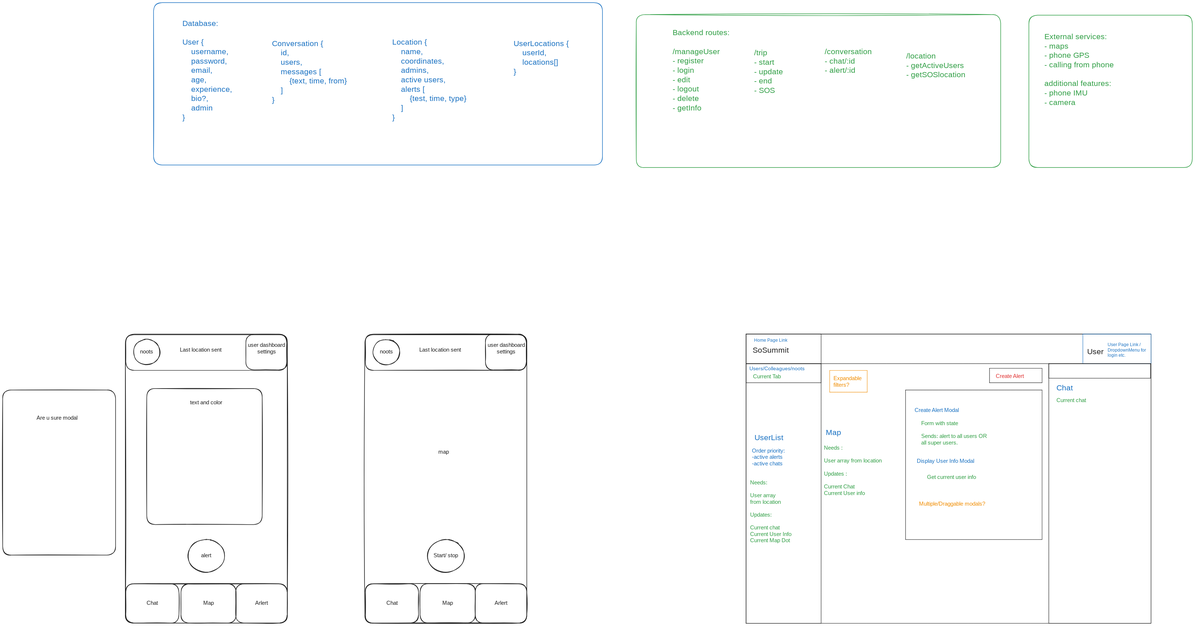
This is SoSummit.excalidraw.svg from pooya-jb/SoSummit, a Excalidraw export, as it was before one commit. Source tidied: one line per element, renumbered; positions are measured from the earlier drawing's top-left corner, leaving out a move shared by most shapes. The source it was exported from:
```json
{"id": 0, "type": "rectangle", "strokeColor": "#1e1e1e", "strokeWidth": 1, "roughness": 0, "x": 2772, "y": 1235, "width": 1510, "height": 1077}
{"id": 1, "type": "rectangle", "strokeColor": "#1e1e1e", "strokeWidth": 1, "roughness": 0, "x": 2772, "y": 1235, "width": 1510, "height": 110}
{"id": 2, "type": "rectangle", "strokeColor": "#1e1e1e", "strokeWidth": 1, "roughness": 0, "x": 2772, "y": 1235, "width": 280, "height": 110}
{"id": 3, "type": "rectangle", "strokeColor": "#1971c2", "strokeWidth": 1, "roughness": 0, "x": 4028, "y": 1235, "width": 254, "height": 110}
{"id": 4, "type": "text", "text": "User Page Link /\nDropdownMenu for \nlogin etc.", "strokeColor": "#1971c2", "strokeWidth": 1, "roughness": 0, "fontSize": 16, "fontFamily": 3, "x": 4121, "y": 1265, "width": 159, "height": 58}
{"id": 5, "type": "text", "text": "Home Page Link", "strokeColor": "#1971c2", "strokeWidth": 1, "roughness": 0, "fontSize": 16, "fontFamily": 3, "x": 2803, "y": 1248, "width": 131, "height": 19}
{"id": 6, "type": "text", "text": "SoSummit", "strokeColor": "#1e1e1e", "strokeWidth": 1, "roughness": 0, "fontSize": 28, "fontFamily": 3, "x": 2797, "y": 1278, "width": 131, "height": 34}
{"id": 7, "type": "text", "text": "User", "strokeColor": "#1e1e1e", "strokeWidth": 1, "roughness": 0, "fontSize": 28, "fontFamily": 3, "x": 4044, "y": 1283, "width": 66, "height": 34}
{"id": 8, "type": "rectangle", "strokeColor": "#1e1e1e", "strokeWidth": 1, "roughness": 0, "x": 2772, "y": 1345, "width": 280, "height": 968}
{"id": 9, "type": "rectangle", "strokeColor": "#1e1e1e", "strokeWidth": 1, "roughness": 0, "x": 3901, "y": 1345, "width": 381, "height": 968}
{"id": 10, "type": "text", "text": "Chat", "strokeColor": "#1971c2", "strokeWidth": 1, "roughness": 0, "fontSize": 28, "fontFamily": 3, "x": 3929, "y": 1418, "width": 66, "height": 34}
{"id": 11, "type": "text", "text": "UserList", "strokeColor": "#1971c2", "strokeWidth": 1, "roughness": 0, "fontSize": 28, "fontFamily": 3, "x": 2804, "y": 1604, "width": 131, "height": 34}
{"id": 12, "type": "text", "text": "Needs:\n\nUser array\nfrom location\n\nUpdates:\n\nCurrent chat\nCurrent User Info\nCurrent Map Dot\n\n\n\n", "strokeColor": "#2f9e44", "strokeWidth": 1, "roughness": 0, "fontSize": 20, "fontFamily": 3, "x": 2788, "y": 1777, "width": 199, "height": 336}
{"id": 13, "type": "rectangle", "strokeColor": "#1e1e1e", "strokeWidth": 1, "roughness": 0, "x": 3901, "y": 1345, "width": 379, "height": 54}
{"id": 14, "type": "text", "text": "Order priority:\n-active alerts\n-active chats\n", "strokeColor": "#1971c2", "strokeWidth": 1, "roughness": 0, "fontSize": 20, "fontFamily": 3, "x": 2794, "y": 1658, "width": 176, "height": 96}
{"id": 15, "type": "text", "text": "Current chat", "strokeColor": "#2f9e44", "strokeWidth": 1, "roughness": 0, "fontSize": 20, "fontFamily": 3, "x": 3930, "y": 1470, "width": 141, "height": 24}
{"id": 16, "type": "rectangle", "strokeColor": "#1e1e1e", "strokeWidth": 1, "roughness": 0, "x": 3680, "y": 1362, "width": 196, "height": 54}
{"id": 17, "type": "text", "text": "Create Alert", "strokeColor": "#e03131", "strokeWidth": 1, "roughness": 0, "fontSize": 20, "fontFamily": 3, "x": 3703, "y": 1380, "width": 141, "height": 24}
{"id": 18, "type": "rectangle", "strokeColor": "#1e1e1e", "strokeWidth": 1, "roughness": 0, "x": 3367, "y": 1443, "width": 509, "height": 557}
{"id": 19, "type": "text", "text": "Create Alert Modal\n", "strokeColor": "#1971c2", "strokeWidth": 1, "roughness": 0, "fontSize": 20, "fontFamily": 3, "x": 3401, "y": 1507, "width": 211, "height": 48}
{"id": 20, "type": "text", "text": "Form with state\n\nSends: alert to all users OR\nall super users.", "strokeColor": "#2f9e44", "strokeWidth": 1, "roughness": 0, "fontSize": 20, "fontFamily": 3, "x": 3425, "y": 1556, "width": 328, "height": 96}
{"id": 21, "type": "text", "text": "Display User Info Modal", "strokeColor": "#1971c2", "strokeWidth": 1, "roughness": 0, "fontSize": 20, "fontFamily": 3, "x": 3409, "y": 1696, "width": 270, "height": 24}
{"id": 22, "type": "rectangle", "strokeColor": "#1e1e1e", "strokeWidth": 1, "roughness": 0, "x": 2772, "y": 1345, "width": 280, "height": 71}
{"id": 23, "type": "text", "text": "Users/Colleagues/noots", "strokeColor": "#1971c2", "strokeWidth": 1, "roughness": 0, "fontSize": 18.99, "fontFamily": 3, "x": 2784, "y": 1352, "width": 245, "height": 23}
{"id": 24, "type": "text", "text": "Get current user info", "strokeColor": "#2f9e44", "strokeWidth": 1, "roughness": 0, "fontSize": 20, "fontFamily": 3, "x": 3447, "y": 1756, "width": 246, "height": 24}
{"id": 25, "type": "text", "text": "Current Tab", "strokeColor": "#2f9e44", "strokeWidth": 1, "roughness": 0, "fontSize": 20, "fontFamily": 3, "x": 2798, "y": 1381, "width": 129, "height": 24}
{"id": 26, "type": "text", "text": "Multiple/Draggable modals?", "strokeColor": "#f08c00", "strokeWidth": 1, "roughness": 0, "fontSize": 20, "fontFamily": 3, "x": 3417, "y": 1856, "width": 305, "height": 24}
{"id": 27, "type": "rectangle", "strokeColor": "#f08c00", "strokeWidth": 1, "roughness": 0, "x": 3084, "y": 1370, "width": 140, "height": 81}
{"id": 28, "type": "text", "text": "Expandable\nfilters?", "strokeColor": "#f08c00", "strokeWidth": 1, "roughness": 0, "fontSize": 20, "fontFamily": 3, "x": 3098, "y": 1389, "width": 117, "height": 48}
{"id": 29, "type": "text", "text": "Map", "strokeColor": "#1971c2", "strokeWidth": 1, "roughness": 0, "fontSize": 28, "fontFamily": 3, "x": 3069, "y": 1584, "width": 49, "height": 34}
{"id": 30, "type": "text", "text": "Needs :\n\nUser array from location\n\nUpdates : \n\nCurrent Chat\nCurrent User info", "strokeColor": "#2f9e44", "strokeWidth": 1, "roughness": 0, "fontSize": 20, "fontFamily": 3, "x": 3063, "y": 1648, "width": 281, "height": 192}
{"id": 31, "type": "rectangle", "strokeColor": "#1e1e1e", "strokeWidth": 2, "roughness": 1, "round": true, "x": 1350, "y": 1237, "width": 604, "height": 1074}
{"id": 32, "type": "ellipse", "strokeColor": "#1e1e1e", "strokeWidth": 2, "roughness": 1, "round": true, "x": 1584, "y": 2000, "width": 137, "height": 122}
{"id": 33, "type": "rectangle", "strokeColor": "#1e1e1e", "strokeWidth": 2, "roughness": 1, "round": true, "x": 1352, "y": 2165, "width": 602, "height": 147}
{"id": 34, "type": "rectangle", "strokeColor": "#1e1e1e", "strokeWidth": 2, "roughness": 1, "round": true, "x": 1352, "y": 2165, "width": 198, "height": 147}
{"id": 35, "type": "text", "text": "Chat", "strokeColor": "#1e1e1e", "strokeWidth": 2, "roughness": 1, "fontSize": 20, "fontFamily": 1, "textAlign": "center", "verticalAlign": "middle", "inside": 34, "x": 1433, "y": 2226, "width": 38, "height": 25}
{"id": 36, "type": "text", "text": "Start/ stop", "strokeColor": "#1e1e1e", "strokeWidth": 2, "roughness": 1, "fontSize": 20, "fontFamily": 1, "textAlign": "center", "verticalAlign": "middle", "inside": 32, "x": 1612, "y": 2048, "width": 82, "height": 25}
{"id": 37, "type": "rectangle", "strokeColor": "#1e1e1e", "strokeWidth": 2, "roughness": 1, "round": true, "x": 1556, "y": 2165, "width": 206, "height": 147}
{"id": 38, "type": "rectangle", "strokeColor": "#1e1e1e", "strokeWidth": 2, "roughness": 1, "round": true, "x": 1762, "y": 2165, "width": 192, "height": 147}
{"id": 39, "type": "text", "text": "Arlert", "strokeColor": "#1e1e1e", "strokeWidth": 2, "roughness": 1, "fontSize": 20, "fontFamily": 1, "textAlign": "center", "verticalAlign": "middle", "inside": 38, "x": 1834, "y": 2226, "width": 48, "height": 25}
{"id": 40, "type": "text", "text": "Map", "strokeColor": "#1e1e1e", "strokeWidth": 2, "roughness": 1, "fontSize": 20, "fontFamily": 1, "textAlign": "center", "verticalAlign": "middle", "inside": 37, "x": 1641, "y": 2226, "width": 37, "height": 25}
{"id": 41, "type": "rectangle", "strokeColor": "#1e1e1e", "strokeWidth": 2, "roughness": 1, "round": true, "x": 1352, "y": 1235, "width": 600, "height": 135}
{"id": 42, "type": "rectangle", "strokeColor": "#1e1e1e", "strokeWidth": 2, "roughness": 1, "round": true, "x": 1800, "y": 1235, "width": 154, "height": 133}
{"id": 43, "type": "text", "text": "user dashboard\nsettings\n", "strokeColor": "#1e1e1e", "strokeWidth": 2, "roughness": 1, "fontSize": 20, "fontFamily": 1, "textAlign": "center", "verticalAlign": "middle", "inside": 42, "x": 1817, "y": 1264, "width": 121, "height": 75}
{"id": 44, "type": "ellipse", "strokeColor": "#1e1e1e", "strokeWidth": 2, "roughness": 1, "round": true, "x": 1381, "y": 1254, "width": 99, "height": 95}
{"id": 45, "type": "text", "text": "noots", "strokeColor": "#1e1e1e", "strokeWidth": 2, "roughness": 1, "fontSize": 20, "fontFamily": 1, "textAlign": "center", "verticalAlign": "middle", "inside": 44, "x": 1409, "y": 1289, "width": 43, "height": 25}
{"id": 46, "type": "text", "text": "Last location sent", "strokeColor": "#1e1e1e", "strokeWidth": 2, "roughness": 1, "fontSize": 20, "fontFamily": 1, "x": 1554, "y": 1282, "width": 186, "height": 25}
{"id": 47, "type": "text", "text": "map", "strokeColor": "#1e1e1e", "strokeWidth": 2, "roughness": 1, "fontSize": 20, "fontFamily": 1, "x": 1624, "y": 1662, "width": 36, "height": 25}
{"id": 48, "type": "rectangle", "strokeColor": "#1e1e1e", "strokeWidth": 2, "roughness": 1, "round": true, "x": 457, "y": 1237, "width": 604, "height": 1074}
{"id": 49, "type": "ellipse", "strokeColor": "#1e1e1e", "strokeWidth": 2, "roughness": 1, "round": true, "x": 690, "y": 2000, "width": 137, "height": 122}
{"id": 50, "type": "text", "text": "alert", "strokeColor": "#1e1e1e", "strokeWidth": 2, "roughness": 1, "fontSize": 20, "fontFamily": 1, "textAlign": "center", "verticalAlign": "middle", "inside": 49, "x": 741, "y": 2048, "width": 36, "height": 25}
{"id": 51, "type": "rectangle", "strokeColor": "#1e1e1e", "strokeWidth": 2, "roughness": 1, "round": true, "x": 459, "y": 2165, "width": 602, "height": 147}
{"id": 52, "type": "rectangle", "strokeColor": "#1e1e1e", "strokeWidth": 2, "roughness": 1, "round": true, "x": 459, "y": 2165, "width": 198, "height": 147}
{"id": 53, "type": "text", "text": "Chat", "strokeColor": "#1e1e1e", "strokeWidth": 2, "roughness": 1, "fontSize": 20, "fontFamily": 1, "textAlign": "center", "verticalAlign": "middle", "inside": 52, "x": 539, "y": 2226, "width": 38, "height": 25}
{"id": 54, "type": "rectangle", "strokeColor": "#1e1e1e", "strokeWidth": 2, "roughness": 1, "round": true, "x": 665, "y": 2165, "width": 206, "height": 147}
{"id": 55, "type": "text", "text": "Map", "strokeColor": "#1e1e1e", "strokeWidth": 2, "roughness": 1, "fontSize": 20, "fontFamily": 1, "textAlign": "center", "verticalAlign": "middle", "inside": 54, "x": 749, "y": 2226, "width": 37, "height": 25}
{"id": 56, "type": "rectangle", "strokeColor": "#1e1e1e", "strokeWidth": 2, "roughness": 1, "round": true, "x": 869, "y": 2165, "width": 192, "height": 147}
{"id": 57, "type": "text", "text": "Arlert", "strokeColor": "#1e1e1e", "strokeWidth": 2, "roughness": 1, "fontSize": 20, "fontFamily": 1, "textAlign": "center", "verticalAlign": "middle", "inside": 56, "x": 941, "y": 2226, "width": 48, "height": 25}
{"id": 58, "type": "rectangle", "strokeColor": "#1e1e1e", "strokeWidth": 2, "roughness": 1, "round": true, "x": 459, "y": 1235, "width": 600, "height": 135}
{"id": 59, "type": "rectangle", "strokeColor": "#1e1e1e", "strokeWidth": 2, "roughness": 1, "round": true, "x": 907, "y": 1235, "width": 154, "height": 133}
{"id": 60, "type": "text", "text": "user dashboard\nsettings\n", "strokeColor": "#1e1e1e", "strokeWidth": 2, "roughness": 1, "fontSize": 20, "fontFamily": 1, "textAlign": "center", "verticalAlign": "middle", "inside": 59, "x": 924, "y": 1264, "width": 121, "height": 75}
{"id": 61, "type": "ellipse", "strokeColor": "#1e1e1e", "strokeWidth": 2, "roughness": 1, "round": true, "x": 488, "y": 1254, "width": 99, "height": 95}
{"id": 62, "type": "text", "text": "noots", "strokeColor": "#1e1e1e", "strokeWidth": 2, "roughness": 1, "fontSize": 20, "fontFamily": 1, "textAlign": "center", "verticalAlign": "middle", "inside": 61, "x": 515, "y": 1289, "width": 43, "height": 25}
{"id": 63, "type": "text", "text": "Last location sent", "strokeColor": "#1e1e1e", "strokeWidth": 2, "roughness": 1, "fontSize": 20, "fontFamily": 1, "x": 660, "y": 1282, "width": 186, "height": 25}
{"id": 64, "type": "rectangle", "strokeColor": "#1e1e1e", "strokeWidth": 2, "roughness": 1, "round": true, "x": 537, "y": 1438, "width": 430, "height": 507}
{"id": 65, "type": "text", "text": "text and color", "strokeColor": "#1e1e1e", "strokeWidth": 2, "roughness": 1, "fontSize": 20, "fontFamily": 1, "x": 699, "y": 1478, "width": 145, "height": 25}
{"id": 66, "type": "rectangle", "strokeColor": "#1e1e1e", "strokeWidth": 2, "roughness": 1, "round": true, "x": 0, "y": 1443, "width": 421, "height": 615}
{"id": 67, "type": "text", "text": "Are u sure modal", "strokeColor": "#1e1e1e", "strokeWidth": 2, "roughness": 1, "fontSize": 20, "fontFamily": 1, "x": 126, "y": 1536, "width": 169, "height": 25}
{"id": 68, "type": "rectangle", "strokeColor": "#2f9e44", "strokeWidth": 2, "roughness": 1, "round": true, "x": 2362, "y": 44, "width": 1359, "height": 570}
{"id": 69, "type": "text", "text": "Backend routes:\n\n/manageUser\n- register\n- login\n- edit\n- logout\n- delete \n- getInfo\n\n", "strokeColor": "#2f9e44", "strokeWidth": 2, "roughness": 1, "fontSize": 28, "fontFamily": 1, "x": 2498, "y": 95, "width": 222, "height": 385}
{"id": 70, "type": "text", "text": "/trip\n- start\n- update\n- end\n- SOS", "strokeColor": "#2f9e44", "strokeWidth": 2, "roughness": 1, "fontSize": 28, "fontFamily": 1, "x": 2801, "y": 170, "width": 121, "height": 175}
{"id": 71, "type": "text", "text": "/conversation\n- chat/:id\n- alert/:id\n", "strokeColor": "#2f9e44", "strokeWidth": 2, "roughness": 1, "fontSize": 28, "fontFamily": 1, "x": 3065, "y": 166, "width": 183, "height": 140}
{"id": 72, "type": "text", "text": "/location\n- getActiveUsers\n- getSOSlocation", "strokeColor": "#2f9e44", "strokeWidth": 2, "roughness": 1, "fontSize": 28, "fontFamily": 1, "x": 3369, "y": 182, "width": 233, "height": 105}
{"id": 73, "type": "rectangle", "strokeColor": "#2f9e44", "strokeWidth": 2, "roughness": 1, "round": true, "x": 3826, "y": 47, "width": 609, "height": 567}
{"id": 74, "type": "text", "text": "External services: \n- maps\n- phone GPS\n- calling from phone\n\nadditional features: \n- phone IMU\n- camera", "strokeColor": "#2f9e44", "strokeWidth": 2, "roughness": 1, "fontSize": 28, "fontFamily": 1, "x": 3885, "y": 110, "width": 290, "height": 280}
{"id": 75, "type": "rectangle", "strokeColor": "#1971c2", "strokeWidth": 2, "roughness": 1, "round": true, "x": 562, "y": 0, "width": 1674, "height": 605}
{"id": 76, "type": "text", "text": "Database: \n\nUser {\n    username, \n    password, \n    email, \n    age, \n    experience, \n    bio?, \n    admin\n}", "strokeColor": "#1971c2", "strokeWidth": 2, "roughness": 1, "fontSize": 28, "fontFamily": 1, "x": 670, "y": 61, "width": 213, "height": 385}
{"id": 77, "type": "text", "text": "Conversation {\n    id, \n    users,\n    messages [\n        {text, time, from}\n    ]\n}", "strokeColor": "#1971c2", "strokeWidth": 2, "roughness": 1, "fontSize": 28, "fontFamily": 1, "x": 1004, "y": 135, "width": 361, "height": 245}
{"id": 78, "type": "text", "text": "Location {\n    name, \n    coordinates, \n    admins, \n    active users,\n    alerts [\n        {test, time, type}\n    ]\n}", "strokeColor": "#1971c2", "strokeWidth": 2, "roughness": 1, "fontSize": 28, "fontFamily": 1, "x": 1452, "y": 131, "width": 360, "height": 315}
{"id": 79, "type": "text", "text": "UserLocations {\n    userId, \n    locations[]\n}", "strokeColor": "#1971c2", "strokeWidth": 2, "roughness": 1, "fontSize": 28, "fontFamily": 1, "x": 1905, "y": 135, "width": 223, "height": 140}
```
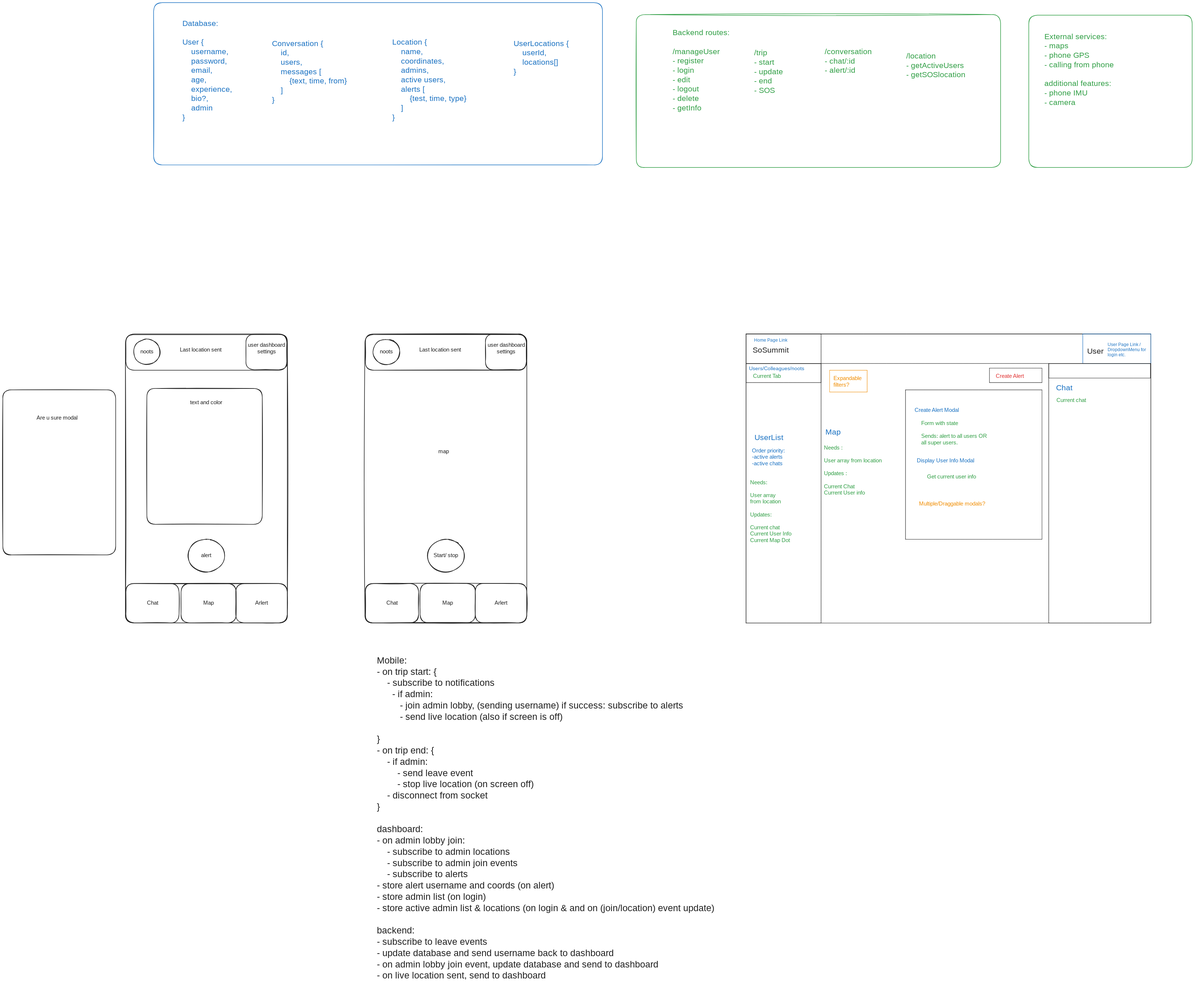
The same file after the commit.

Commit message:
feat: implement notifications being updated live on mobile

Diff of the diagram source:
```diff
@@ -78,3 +78,4 @@
 {"id": 77, "type": "text", "text": "Conversation {\n    id, \n    users,\n    messages [\n        {text, time, from}\n    ]\n}", "strokeColor": "#1971c2", "strokeWidth": 2, "roughness": 1, "fontSize": 28, "fontFamily": 1, "x": 1004, "y": 135, "width": 361, "height": 245}
 {"id": 78, "type": "text", "text": "Location {\n    name, \n    coordinates, \n    admins, \n    active users,\n    alerts [\n        {test, time, type}\n    ]\n}", "strokeColor": "#1971c2", "strokeWidth": 2, "roughness": 1, "fontSize": 28, "fontFamily": 1, "x": 1452, "y": 131, "width": 360, "height": 315}
 {"id": 79, "type": "text", "text": "UserLocations {\n    userId, \n    locations[]\n}", "strokeColor": "#1971c2", "strokeWidth": 2, "roughness": 1, "fontSize": 28, "fontFamily": 1, "x": 1905, "y": 135, "width": 223, "height": 140}
+{"id": 80, "type": "text", "text": "Mobile: \n- on trip start: {\n    - subscribe to notifications\n      - if admin: \n         - join admin lobby, (sending username) if success: subscribe to alerts\n         - send live location (also if screen is off)\n       \n}\n- on trip end: {\n    - if admin: \n        - send leave event\n        - stop live location (on screen off)\n    - disconnect from socket\n}\n\ndashboard: \n- on admin lobby join: \n    - subscribe to admin locations \n    - subscribe to admin join events     \n    - subscribe to alerts\n- store alert username and coords (on alert)\n- store admin list (on login)\n- store active admin list & locations (on login & and on (join/location) event update)\n\nbackend: \n- subscribe to leave events\n- update database and send username back to dashboard\n- on admin lobby join event, update database and send to dashboard\n- on live location sent, send to dashboard\n            \n", "strokeColor": "#1e1e1e", "strokeWidth": 2, "roughness": 1, "fontSize": 33.56, "fontFamily": 1, "x": 1395, "y": 2433, "width": 1415, "height": 1300}
```
